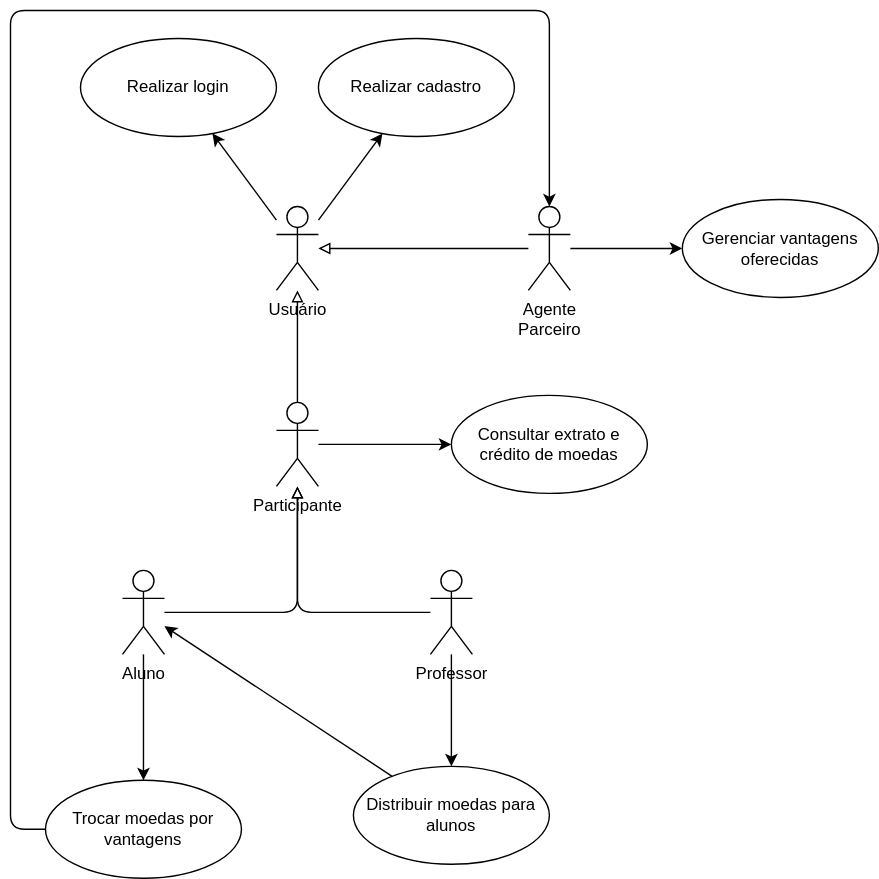
marcosffp/Sistema-Merito-Digital keeps this draw.io diagram as projeto/DiagramaDeCasosDeUso.drawio.svg. Above is the earlier version. Source tidied: cells renumbered, new cells last; positions are measured from the earlier drawing's top-left corner, leaving out a move shared by most shapes.
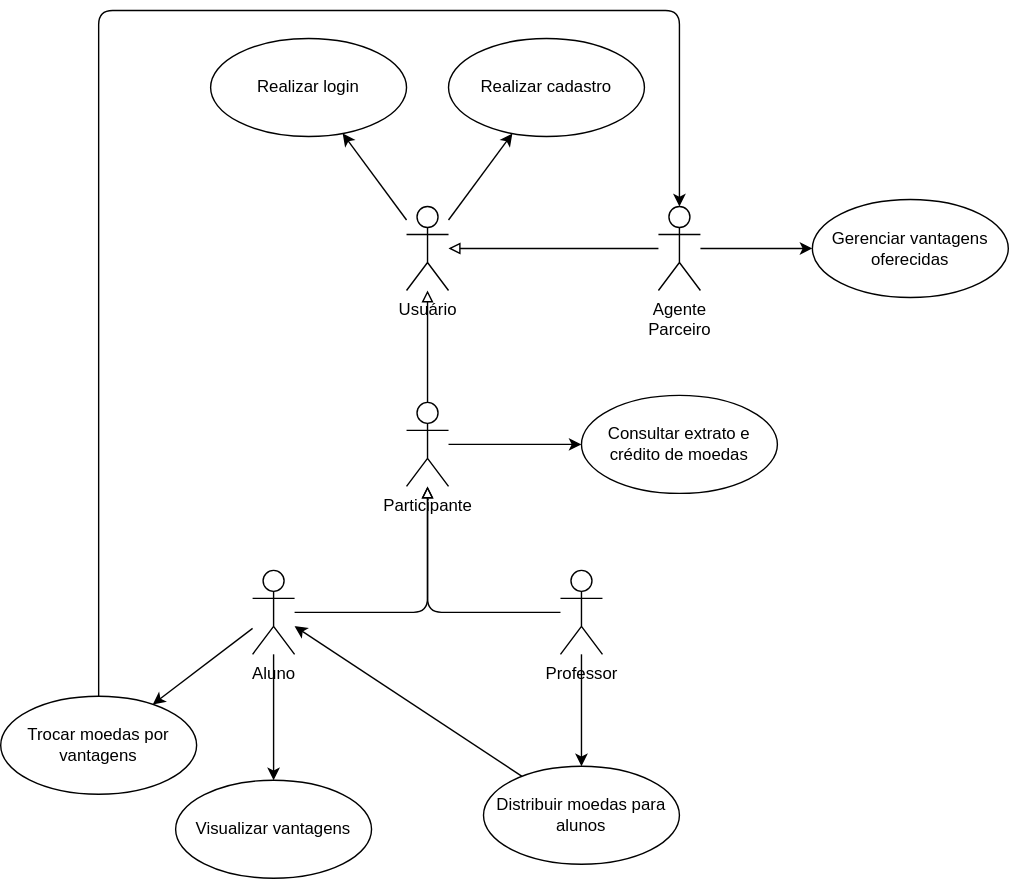
The same file after the commit.

Commit message:
Add sequence diagram for Visualizar Vantagens feature in SVG format

Change to the diagram source:
```diff
@@ -48,6 +48,9 @@
     <mxCell id="15" style="edgeStyle=none;html=1;" parent="1" edge="1" source="16" target="22">
       <mxGeometry relative="1" as="geometry" />
     </mxCell>
+    <mxCell id="25" style="edgeStyle=none;html=1;" parent="1" edge="1" source="16" target="26">
+      <mxGeometry relative="1" as="geometry" />
+    </mxCell>
     <mxCell id="16" value="Aluno" style="shape=umlActor;html=1;verticalLabelPosition=bottom;verticalAlign=top;align=center;" parent="1" vertex="1">
       <mxGeometry x="80" y="400" width="30" height="60" as="geometry" />
     </mxCell>
@@ -74,14 +77,13 @@
     <mxCell id="21" style="edgeStyle=none;html=1;" parent="1" edge="1" source="22" target="9">
       <mxGeometry relative="1" as="geometry">
         <Array as="points">
-          <mxPoint y="585" />
-          <mxPoint />
+          <mxPoint x="-30" />
           <mxPoint x="385" />
         </Array>
       </mxGeometry>
     </mxCell>
     <mxCell id="22" value="Trocar moedas por vantagens" style="ellipse;whiteSpace=wrap;html=1;" parent="1" vertex="1">
-      <mxGeometry x="25" y="550" width="140" height="70" as="geometry" />
+      <mxGeometry x="-100" y="490" width="140" height="70" as="geometry" />
     </mxCell>
     <mxCell id="23" style="edgeStyle=none;html=1;" parent="1" edge="1" source="24" target="16">
       <mxGeometry relative="1" as="geometry" />
@@ -89,5 +91,8 @@
     <mxCell id="24" value="Distribuir moedas para alunos" style="ellipse;whiteSpace=wrap;html=1;" parent="1" vertex="1">
       <mxGeometry x="245" y="540" width="140" height="70" as="geometry" />
     </mxCell>
+    <mxCell id="26" value="Visualizar vantagens" style="ellipse;whiteSpace=wrap;html=1;" parent="1" vertex="1">
+      <mxGeometry x="25" y="550" width="140" height="70" as="geometry" />
+    </mxCell>
   </root>
 </mxGraphModel>
```
